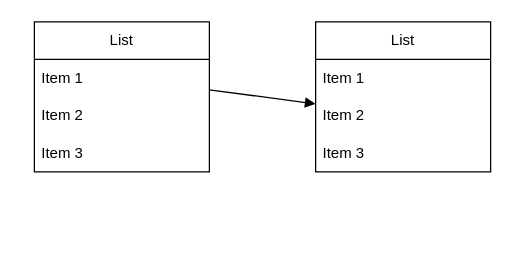
Earlier version of the draw.io diagram datenbank/use-case.drawio (gitout543G/marios-pizza). Source tidied: cells renumbered, new cells numbered last; positions are measured from the earlier drawing's top-left corner, leaving out a move shared by most shapes. Both pictures are drawn from the tidied source at 125%, with x=0, y=0 at pixel (34, 21).
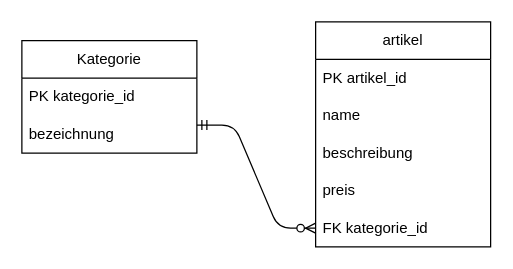
The same diagram, later.

Diff of the diagram source:
```diff
@@
 <mxGraphModel>
   <root>
     <mxCell id="0" />
     <mxCell id="1" parent="0" />
-    <mxCell id="2" value="List" style="swimlane;fontStyle=0;horizontal=1;startSize=30;whiteSpace=wrap;html=1;" parent="1" vertex="1">
-      <mxGeometry width="140" height="120" as="geometry" />
+    <mxCell id="2" value="Kategorie" style="swimlane;fontStyle=0;horizontal=1;startSize=30;whiteSpace=wrap;html=1;" parent="1" vertex="1">
+      <mxGeometry x="-10" y="15" width="140" height="90" as="geometry" />
     </mxCell>
-    <mxCell id="3" value="Item 1" style="text;strokeColor=none;fillColor=none;align=left;verticalAlign=middle;spacingLeft=4;spacingRight=4;overflow=hidden;points=[[0,0.5],[1,0.5]];portConstraint=eastwest;whiteSpace=wrap;html=1;" parent="2" vertex="1">
+    <mxCell id="3" value="PK kategorie_id" style="text;strokeColor=none;fillColor=none;align=left;verticalAlign=middle;spacingLeft=4;spacingRight=4;overflow=hidden;points=[[0,0.5],[1,0.5]];portConstraint=eastwest;whiteSpace=wrap;html=1;" parent="2" vertex="1">
       <mxGeometry y="30" width="140" height="30" as="geometry" />
     </mxCell>
-    <mxCell id="4" value="Item 2" style="text;strokeColor=none;fillColor=none;align=left;verticalAlign=middle;spacingLeft=4;spacingRight=4;overflow=hidden;whiteSpace=wrap;html=1;" parent="2" vertex="1">
+    <mxCell id="4" value="bezeichnung" style="text;strokeColor=none;fillColor=none;align=left;verticalAlign=middle;spacingLeft=4;spacingRight=4;overflow=hidden;whiteSpace=wrap;html=1;" parent="2" vertex="1">
       <mxGeometry y="60" width="140" height="30" as="geometry" />
     </mxCell>
-    <mxCell id="5" value="Item 3" style="text;strokeColor=none;fillColor=none;align=left;verticalAlign=middle;spacingLeft=4;spacingRight=4;overflow=hidden;whiteSpace=wrap;html=1;" parent="2" vertex="1">
-      <mxGeometry y="90" width="140" height="30" as="geometry" />
-    </mxCell>
-    <mxCell id="6" value="List" style="swimlane;fontStyle=0;horizontal=1;startSize=30;whiteSpace=wrap;html=1;" parent="1" vertex="1">
-      <mxGeometry x="225" width="140" height="120" as="geometry" />
+    <mxCell id="6" value="artikel" style="swimlane;fontStyle=0;horizontal=1;startSize=30;whiteSpace=wrap;html=1;" parent="1" vertex="1">
+      <mxGeometry x="225" width="140" height="180" as="geometry" />
     </mxCell>
-    <mxCell id="7" value="Item 1" style="text;strokeColor=none;fillColor=none;align=left;verticalAlign=middle;spacingLeft=4;spacingRight=4;overflow=hidden;whiteSpace=wrap;html=1;" parent="6" vertex="1">
+    <mxCell id="7" value="PK artikel_id" style="text;strokeColor=none;fillColor=none;align=left;verticalAlign=middle;spacingLeft=4;spacingRight=4;overflow=hidden;whiteSpace=wrap;html=1;" parent="6" vertex="1">
       <mxGeometry y="30" width="140" height="30" as="geometry" />
     </mxCell>
-    <mxCell id="8" value="Item 2" style="text;strokeColor=none;fillColor=none;align=left;verticalAlign=middle;spacingLeft=4;spacingRight=4;overflow=hidden;points=[[0,0.5],[1,0.5]];portConstraint=eastwest;whiteSpace=wrap;html=1;" parent="6" vertex="1">
+    <mxCell id="8" value="name" style="text;strokeColor=none;fillColor=none;align=left;verticalAlign=middle;spacingLeft=4;spacingRight=4;overflow=hidden;points=[[0,0.5],[1,0.5]];portConstraint=eastwest;whiteSpace=wrap;html=1;" parent="6" vertex="1">
       <mxGeometry y="60" width="140" height="30" as="geometry" />
     </mxCell>
+    <mxCell id="11" value="beschreibung" style="text;strokeColor=none;fillColor=none;align=left;verticalAlign=middle;spacingLeft=4;spacingRight=4;overflow=hidden;whiteSpace=wrap;html=1;" parent="6" vertex="1">
+      <mxGeometry y="90" width="140" height="30" as="geometry" />
+    </mxCell>
+    <mxCell id="12" value="preis" style="text;strokeColor=none;fillColor=none;align=left;verticalAlign=middle;spacingLeft=4;spacingRight=4;overflow=hidden;whiteSpace=wrap;html=1;" parent="6" vertex="1">
+      <mxGeometry y="120" width="140" height="30" as="geometry" />
+    </mxCell>
-    <mxCell id="9" value="Item 3" style="text;strokeColor=none;fillColor=none;align=left;verticalAlign=middle;spacingLeft=4;spacingRight=4;overflow=hidden;points=[[0,0.5],[1,0.5]];portConstraint=eastwest;whiteSpace=wrap;html=1;" parent="6" vertex="1">
-      <mxGeometry y="90" width="140" height="30" as="geometry" />
+    <mxCell id="9" value="FK kategorie_id" style="text;strokeColor=none;fillColor=none;align=left;verticalAlign=middle;spacingLeft=4;spacingRight=4;overflow=hidden;points=[[0,0.5],[1,0.5]];portConstraint=eastwest;whiteSpace=wrap;html=1;" parent="6" vertex="1">
+      <mxGeometry y="150" width="140" height="30" as="geometry" />
     </mxCell>
-    <mxCell id="10" style="edgeStyle=none;html=1;endArrow=block;endFill=1;" parent="1" edge="1" source="3" target="8">
-      <mxGeometry relative="1" as="geometry" />
-    </mxCell>
+    <mxCell id="13" style="edgeStyle=entityRelationEdgeStyle;fontSize=12;html=1;endArrow=ERzeroToMany;startArrow=ERmandOne;exitX=1;exitY=0.75;exitDx=0;exitDy=0;entryX=0;entryY=0.5;entryDx=0;entryDy=0;" parent="1" edge="1" source="2" target="9">
+      <mxGeometry relative="1" as="geometry" />
+    </mxCell>
   </root>
 </mxGraphModel>
```
